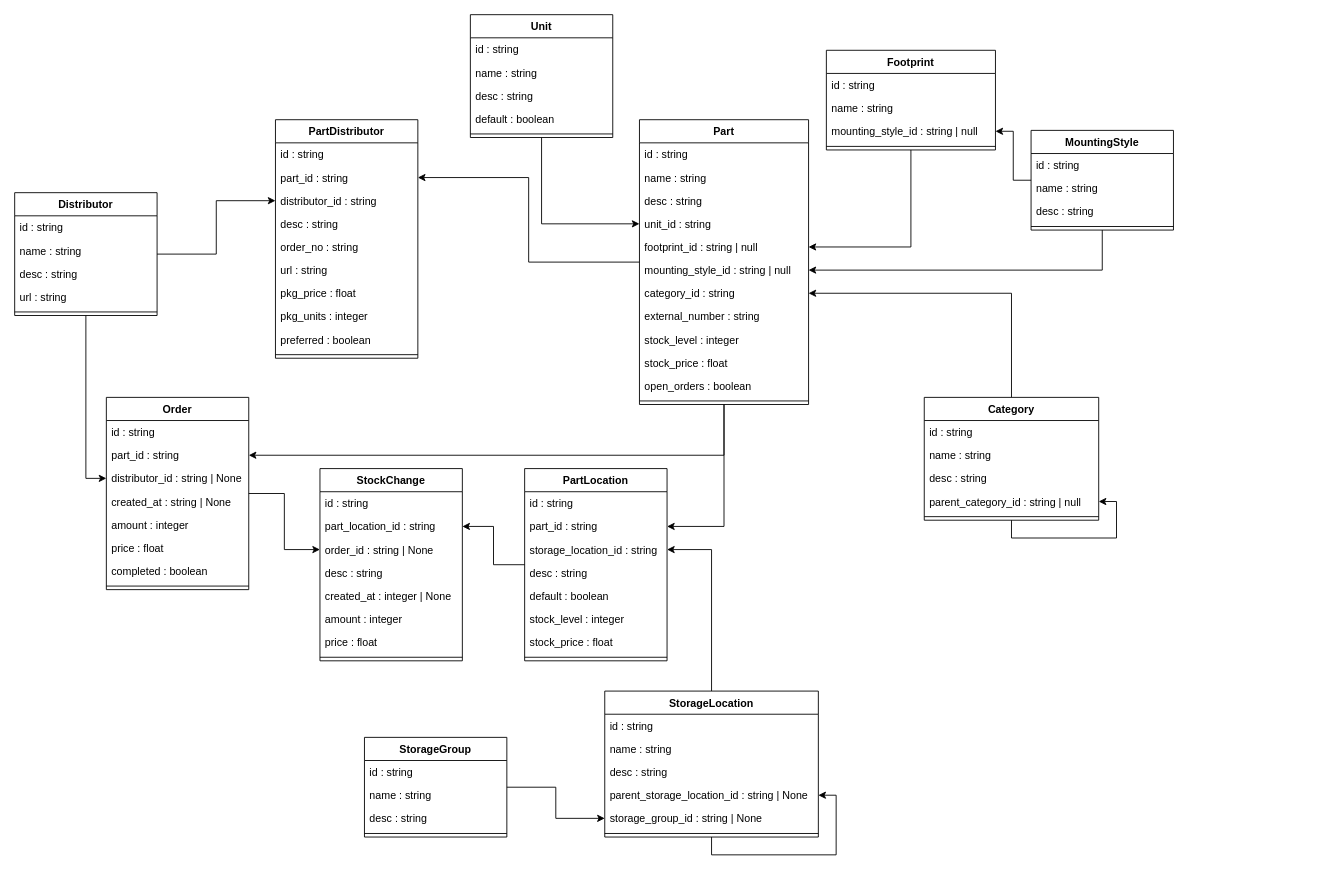
This is docs/elements-api.drawio from nils-ost/Inventory4Parts, a draw.io file, before an edit. Source tidied: cells renumbered, new cells numbered last; positions are measured from the earlier drawing's top-left corner, leaving out a move shared by most shapes. Both pictures are drawn from the tidied source at 89%, with x=0, y=0 at pixel (14, 14).
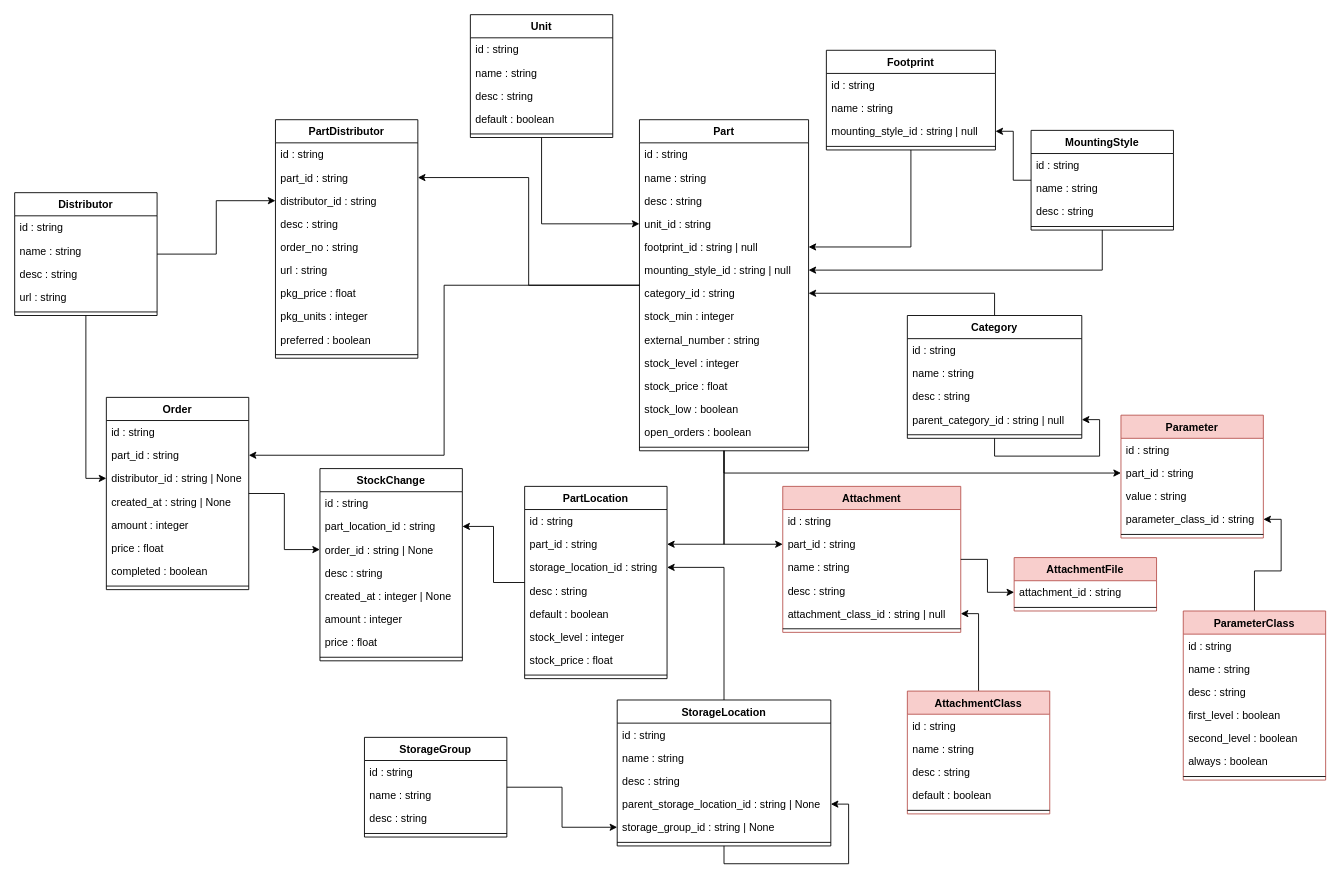
After the change.

Commit message (it also covers changes not shown here):
added stock_min and stock_low to Part

Change to the diagram source:
```diff
@@
     <mxCell id="16" value="Category" style="swimlane;fontStyle=1;align=center;verticalAlign=top;horizontal=1;startSize=26;" parent="1" vertex="1">
-      <mxGeometry x="1022" y="430" width="196" height="138" as="geometry" />
+      <mxGeometry x="1003" y="338" width="196" height="138" as="geometry" />
     </mxCell>
@@
+    <mxCell id="109" style="edgeStyle=orthogonalEdgeStyle;rounded=0;jettySize=auto;html=1;" parent="1" edge="1" source="33" target="114">
+      <mxGeometry relative="1" as="geometry" />
+    </mxCell>
     <mxCell id="33" value="Part" style="swimlane;fontStyle=1;align=center;verticalAlign=top;horizontal=1;startSize=26;" parent="1" vertex="1">
-      <mxGeometry x="702" y="118" width="190" height="320" as="geometry" />
+      <mxGeometry x="702" y="118" width="190" height="372" as="geometry" />
     </mxCell>
@@
+    <mxCell id="110" value="stock_min : integer" style="text;align=left;verticalAlign=top;spacingLeft=4;spacingRight=4;overflow=hidden;" parent="33" vertex="1">
+      <mxGeometry y="208" width="190" height="26" as="geometry" />
+    </mxCell>
     <mxCell id="41" value="external_number : string" style="text;strokeColor=none;fillColor=none;align=left;verticalAlign=top;spacingLeft=4;spacingRight=4;overflow=hidden;" parent="33" vertex="1">
-      <mxGeometry y="208" width="190" height="26" as="geometry" />
+      <mxGeometry y="234" width="190" height="26" as="geometry" />
     </mxCell>
     <mxCell id="42" value="stock_level : integer" style="text;strokeColor=none;fillColor=none;align=left;verticalAlign=top;spacingLeft=4;spacingRight=4;overflow=hidden;" parent="33" vertex="1">
-      <mxGeometry y="234" width="190" height="26" as="geometry" />
+      <mxGeometry y="260" width="190" height="26" as="geometry" />
     </mxCell>
     <mxCell id="43" value="stock_price : float" style="text;strokeColor=none;fillColor=none;align=left;verticalAlign=top;spacingLeft=4;spacingRight=4;overflow=hidden;" parent="33" vertex="1">
-      <mxGeometry y="260" width="190" height="26" as="geometry" />
+      <mxGeometry y="286" width="190" height="26" as="geometry" />
     </mxCell>
+    <mxCell id="111" value="stock_low : boolean" style="text;align=left;verticalAlign=top;spacingLeft=4;spacingRight=4;overflow=hidden;" parent="33" vertex="1">
+      <mxGeometry y="312" width="190" height="26" as="geometry" />
+    </mxCell>
     <mxCell id="44" value="open_orders : boolean" style="text;strokeColor=none;fillColor=none;align=left;verticalAlign=top;spacingLeft=4;spacingRight=4;overflow=hidden;" parent="33" vertex="1">
-      <mxGeometry y="286" width="190" height="26" as="geometry" />
+      <mxGeometry y="338" width="190" height="26" as="geometry" />
     </mxCell>
     <mxCell id="45" style="line;strokeWidth=1;fillColor=none;align=left;verticalAlign=middle;spacingTop=-1;spacingLeft=3;spacingRight=3;labelPosition=right;" parent="33" vertex="1">
-      <mxGeometry y="312" width="190" height="8" as="geometry" />
+      <mxGeometry y="364" width="190" height="8" as="geometry" />
     </mxCell>
@@
     <mxCell id="72" value="StorageLocation" style="swimlane;fontStyle=1;align=center;verticalAlign=top;horizontal=1;startSize=26;" parent="1" vertex="1">
-      <mxGeometry x="663" y="760" width="240" height="164" as="geometry" />
+      <mxGeometry x="677" y="770" width="240" height="164" as="geometry" />
     </mxCell>
@@
     <mxCell id="91" value="PartLocation" style="swimlane;fontStyle=1;align=center;verticalAlign=top;horizontal=1;startSize=26;" parent="1" vertex="1">
-      <mxGeometry x="573" y="510" width="160" height="216" as="geometry" />
+      <mxGeometry x="573" y="530" width="160" height="216" as="geometry" />
     </mxCell>
@@
+    <mxCell id="112" value="Attachment" style="swimlane;fontStyle=1;align=center;verticalAlign=top;horizontal=1;startSize=26;fillColor=#f8cecc;strokeColor=#b85450;" parent="1" vertex="1">
+      <mxGeometry x="863" y="530" width="200" height="164" as="geometry" />
+    </mxCell>
+    <mxCell id="113" value="id : string" style="text;strokeColor=none;fillColor=none;align=left;verticalAlign=top;spacingLeft=4;spacingRight=4;overflow=hidden;" parent="112" vertex="1">
+      <mxGeometry y="26" width="200" height="26" as="geometry" />
+    </mxCell>
+    <mxCell id="114" value="part_id : string" style="text;strokeColor=none;fillColor=none;align=left;verticalAlign=top;spacingLeft=4;spacingRight=4;overflow=hidden;points=[[0,0.5],[1,0.5]];portConstraint=eastwest;" parent="112" vertex="1">
+      <mxGeometry y="52" width="200" height="26" as="geometry" />
+    </mxCell>
+    <mxCell id="115" value="name : string" style="text;strokeColor=none;fillColor=none;align=left;verticalAlign=top;spacingLeft=4;spacingRight=4;overflow=hidden;" parent="112" vertex="1">
+      <mxGeometry y="78" width="200" height="26" as="geometry" />
+    </mxCell>
+    <mxCell id="116" value="desc : string" style="text;strokeColor=none;fillColor=none;align=left;verticalAlign=top;spacingLeft=4;spacingRight=4;overflow=hidden;" parent="112" vertex="1">
+      <mxGeometry y="104" width="200" height="26" as="geometry" />
+    </mxCell>
+    <mxCell id="117" value="attachment_class_id : string | null" style="text;strokeColor=none;fillColor=none;align=left;verticalAlign=top;spacingLeft=4;spacingRight=4;overflow=hidden;points=[[0,0.5],[1,0.5]];portConstraint=eastwest;" parent="112" vertex="1">
+      <mxGeometry y="130" width="200" height="26" as="geometry" />
+    </mxCell>
+    <mxCell id="118" style="line;strokeWidth=1;fillColor=none;align=left;verticalAlign=middle;spacingTop=-1;spacingLeft=3;spacingRight=3;labelPosition=right;" parent="112" vertex="1">
+      <mxGeometry y="156" width="200" height="8" as="geometry" />
+    </mxCell>
+    <mxCell id="119" style="edgeStyle=orthogonalEdgeStyle;rounded=0;jettySize=auto;html=1;" parent="1" edge="1" source="120" target="117">
+      <mxGeometry relative="1" as="geometry" />
+    </mxCell>
+    <mxCell id="120" value="AttachmentClass" style="swimlane;fontStyle=1;align=center;verticalAlign=top;horizontal=1;startSize=26;fillColor=#f8cecc;strokeColor=#b85450;" parent="1" vertex="1">
+      <mxGeometry x="1003" y="760" width="160" height="138" as="geometry" />
+    </mxCell>
+    <mxCell id="121" value="id : string" style="text;strokeColor=none;fillColor=none;align=left;verticalAlign=top;spacingLeft=4;spacingRight=4;overflow=hidden;" parent="120" vertex="1">
+      <mxGeometry y="26" width="160" height="26" as="geometry" />
+    </mxCell>
+    <mxCell id="122" value="name : string" style="text;strokeColor=none;fillColor=none;align=left;verticalAlign=top;spacingLeft=4;spacingRight=4;overflow=hidden;" parent="120" vertex="1">
+      <mxGeometry y="52" width="160" height="26" as="geometry" />
+    </mxCell>
+    <mxCell id="123" value="desc : string" style="text;strokeColor=none;fillColor=none;align=left;verticalAlign=top;spacingLeft=4;spacingRight=4;overflow=hidden;" parent="120" vertex="1">
+      <mxGeometry y="78" width="160" height="26" as="geometry" />
+    </mxCell>
+    <mxCell id="124" value="default : boolean" style="text;strokeColor=none;fillColor=none;align=left;verticalAlign=top;spacingLeft=4;spacingRight=4;overflow=hidden;" parent="120" vertex="1">
+      <mxGeometry y="104" width="160" height="26" as="geometry" />
+    </mxCell>
+    <mxCell id="125" style="line;strokeWidth=1;fillColor=none;align=left;verticalAlign=middle;spacingTop=-1;spacingLeft=3;spacingRight=3;labelPosition=right;" parent="120" vertex="1">
+      <mxGeometry y="130" width="160" height="8" as="geometry" />
+    </mxCell>
+    <mxCell id="126" value="AttachmentFile" style="swimlane;fontStyle=1;align=center;verticalAlign=top;horizontal=1;startSize=26;fillColor=#f8cecc;strokeColor=#b85450;" parent="1" vertex="1">
+      <mxGeometry x="1123" y="610" width="160" height="60" as="geometry" />
+    </mxCell>
+    <mxCell id="127" value="attachment_id : string" style="text;strokeColor=none;fillColor=none;align=left;verticalAlign=top;spacingLeft=4;spacingRight=4;overflow=hidden;points=[[0,0.5],[1,0.5]];portConstraint=eastwest;" parent="126" vertex="1">
+      <mxGeometry y="26" width="160" height="26" as="geometry" />
+    </mxCell>
+    <mxCell id="128" style="line;strokeWidth=1;fillColor=none;align=left;verticalAlign=middle;spacingTop=-1;spacingLeft=3;spacingRight=3;labelPosition=right;" parent="126" vertex="1">
+      <mxGeometry y="52" width="160" height="8" as="geometry" />
+    </mxCell>
+    <mxCell id="129" style="edgeStyle=orthogonalEdgeStyle;rounded=0;jettySize=auto;html=1;" parent="1" edge="1" source="112" target="127">
+      <mxGeometry relative="1" as="geometry" />
+    </mxCell>
+    <mxCell id="130" value="Parameter" style="swimlane;fontStyle=1;align=center;verticalAlign=top;horizontal=1;startSize=26;fillColor=#f8cecc;strokeColor=#b85450;" parent="1" vertex="1">
+      <mxGeometry x="1243" y="450" width="160" height="138" as="geometry" />
+    </mxCell>
+    <mxCell id="131" value="id : string" style="text;strokeColor=none;fillColor=none;align=left;verticalAlign=top;spacingLeft=4;spacingRight=4;overflow=hidden;" parent="130" vertex="1">
+      <mxGeometry y="26" width="160" height="26" as="geometry" />
+    </mxCell>
+    <mxCell id="132" value="part_id : string" style="text;strokeColor=none;fillColor=none;align=left;verticalAlign=top;spacingLeft=4;spacingRight=4;overflow=hidden;points=[[0,0.5],[1,0.5]];portConstraint=eastwest;" parent="130" vertex="1">
+      <mxGeometry y="52" width="160" height="26" as="geometry" />
+    </mxCell>
+    <mxCell id="133" value="value : string" style="text;strokeColor=none;fillColor=none;align=left;verticalAlign=top;spacingLeft=4;spacingRight=4;overflow=hidden;" parent="130" vertex="1">
+      <mxGeometry y="78" width="160" height="26" as="geometry" />
+    </mxCell>
+    <mxCell id="134" value="parameter_class_id : string" style="text;strokeColor=none;fillColor=none;align=left;verticalAlign=top;spacingLeft=4;spacingRight=4;overflow=hidden;points=[[0,0.5],[1,0.5]];portConstraint=eastwest;" parent="130" vertex="1">
+      <mxGeometry y="104" width="160" height="26" as="geometry" />
+    </mxCell>
+    <mxCell id="135" style="line;strokeWidth=1;fillColor=none;align=left;verticalAlign=middle;spacingTop=-1;spacingLeft=3;spacingRight=3;labelPosition=right;" parent="130" vertex="1">
+      <mxGeometry y="130" width="160" height="8" as="geometry" />
+    </mxCell>
+    <mxCell id="136" style="edgeStyle=orthogonalEdgeStyle;rounded=0;jettySize=auto;html=1;" parent="1" edge="1" source="33" target="132">
+      <mxGeometry relative="1" as="geometry" />
+    </mxCell>
+    <mxCell id="137" style="edgeStyle=orthogonalEdgeStyle;rounded=0;jettySize=auto;html=1;" parent="1" edge="1" source="138" target="134">
+      <mxGeometry relative="1" as="geometry" />
+    </mxCell>
+    <mxCell id="138" value="ParameterClass" style="swimlane;fontStyle=1;align=center;verticalAlign=top;horizontal=1;startSize=26;fillColor=#f8cecc;strokeColor=#b85450;" parent="1" vertex="1">
+      <mxGeometry x="1313" y="670" width="160" height="190" as="geometry" />
+    </mxCell>
+    <mxCell id="139" value="id : string" style="text;strokeColor=none;fillColor=none;align=left;verticalAlign=top;spacingLeft=4;spacingRight=4;overflow=hidden;" parent="138" vertex="1">
+      <mxGeometry y="26" width="160" height="26" as="geometry" />
+    </mxCell>
+    <mxCell id="140" value="name : string" style="text;strokeColor=none;fillColor=none;align=left;verticalAlign=top;spacingLeft=4;spacingRight=4;overflow=hidden;" parent="138" vertex="1">
+      <mxGeometry y="52" width="160" height="26" as="geometry" />
+    </mxCell>
+    <mxCell id="141" value="desc : string" style="text;strokeColor=none;fillColor=none;align=left;verticalAlign=top;spacingLeft=4;spacingRight=4;overflow=hidden;" parent="138" vertex="1">
+      <mxGeometry y="78" width="160" height="26" as="geometry" />
+    </mxCell>
+    <mxCell id="142" value="first_level : boolean" style="text;strokeColor=none;fillColor=none;align=left;verticalAlign=top;spacingLeft=4;spacingRight=4;overflow=hidden;" parent="138" vertex="1">
+      <mxGeometry y="104" width="160" height="26" as="geometry" />
+    </mxCell>
+    <mxCell id="143" value="second_level : boolean" style="text;strokeColor=none;fillColor=none;align=left;verticalAlign=top;spacingLeft=4;spacingRight=4;overflow=hidden;" parent="138" vertex="1">
+      <mxGeometry y="130" width="160" height="26" as="geometry" />
+    </mxCell>
+    <mxCell id="144" value="always : boolean" style="text;strokeColor=none;fillColor=none;align=left;verticalAlign=top;spacingLeft=4;spacingRight=4;overflow=hidden;" parent="138" vertex="1">
+      <mxGeometry y="156" width="160" height="26" as="geometry" />
+    </mxCell>
+    <mxCell id="145" style="line;strokeWidth=1;fillColor=none;align=left;verticalAlign=middle;spacingTop=-1;spacingLeft=3;spacingRight=3;labelPosition=right;" parent="138" vertex="1">
+      <mxGeometry y="182" width="160" height="8" as="geometry" />
+    </mxCell>
```
